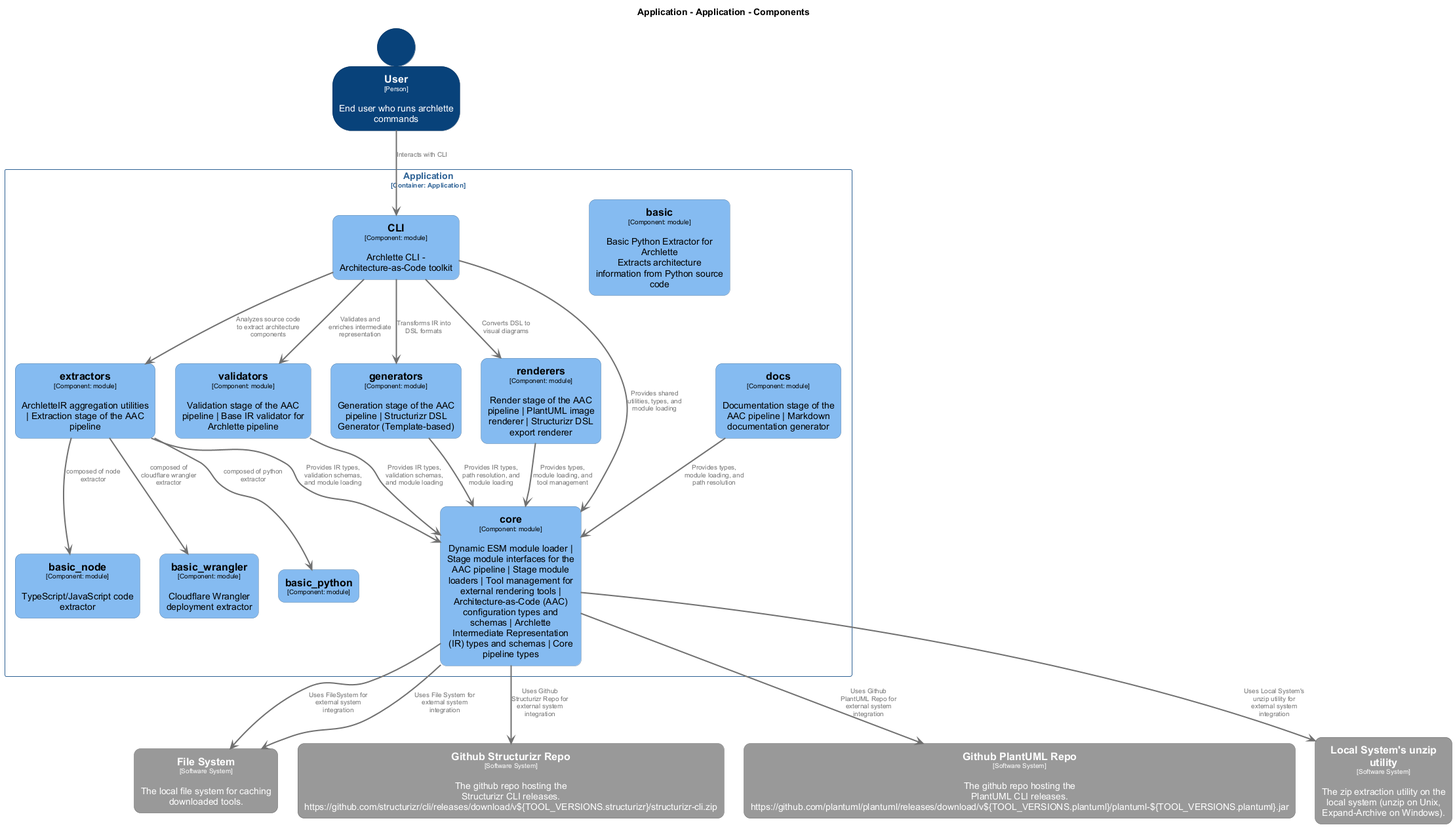
Before: src/templates/docs/architecture/diagrams/structurizr-Components_Application.png, a diagram exported from PlantUML (chrislyons-dev/archlette).
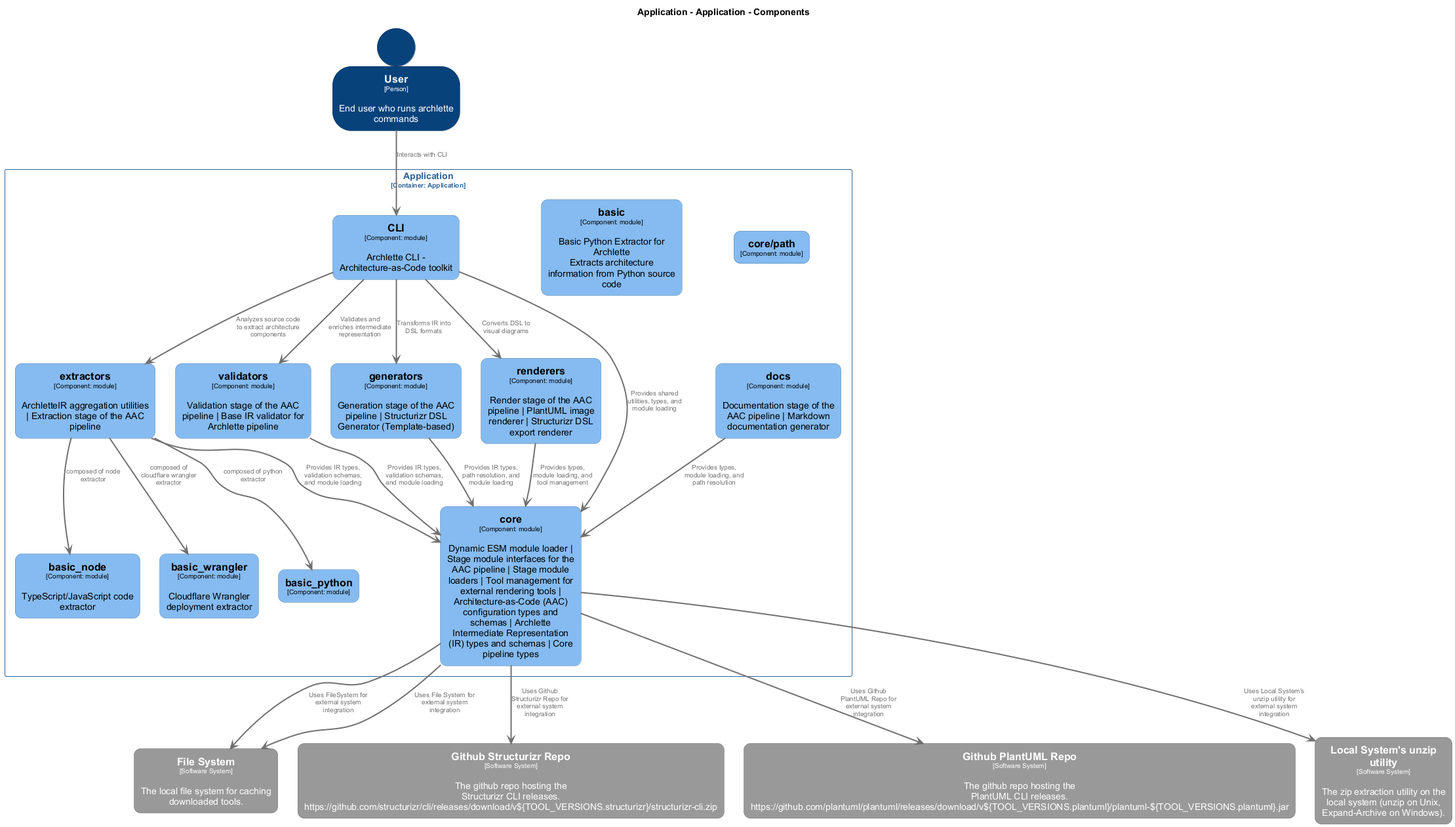
After the change.

Diff of the diagram source:
```diff
@@ -99,6 +99,13 @@
   roundCorner 20
   shadowing false
 }
+skinparam rectangle<<Application.Application.corepath>> {
+  BackgroundColor #85bbf0
+  FontColor #000000
+  BorderColor #5d82a8
+  roundCorner 20
+  shadowing false
+}
 skinparam rectangle<<Application.Application.docs>> {
   BackgroundColor #85bbf0
   FontColor #000000
@@ -154,6 +161,7 @@
   rectangle "==renderers\n<size:10>[Component: module]</size>\n\nRender stage of the AAC pipeline | PlantUML image renderer | Structurizr DSL export renderer" <<Application.Application.renderers>> as Application.Application.renderers
   rectangle "==docs\n<size:10>[Component: module]</size>\n\nDocumentation stage of the AAC pipeline | Markdown documentation generator" <<Application.Application.docs>> as Application.Application.docs
   rectangle "==core\n<size:10>[Component: module]</size>\n\nDynamic ESM module loader | Stage module interfaces for the AAC pipeline | Stage module loaders | Tool management for external rendering tools | Architecture-as-Code (AAC) configuration types and schemas | Archlette Intermediate Representation (IR) types and schemas | Core pipeline types" <<Application.Application.core>> as Application.Application.core
+  rectangle "==core/path\n<size:10>[Component: module]</size>" <<Application.Application.corepath>> as Application.Application.corepath
   rectangle "==basic_node\n<size:10>[Component: module]</size>\n\nTypeScript/JavaScript code extractor" <<Application.Application.basic_node>> as Application.Application.basic_node
   rectangle "==basic\n<size:10>[Component: module]</size>\n\nBasic Python Extractor for Archlette\nExtracts architecture information from Python source code" <<Application.Application.basic>> as Application.Application.basic
   rectangle "==basic_wrangler\n<size:10>[Component: module]</size>\n\nCloudflare Wrangler deployment extractor" <<Application.Application.basic_wrangler>> as Application.Application.basic_wrangler
```
